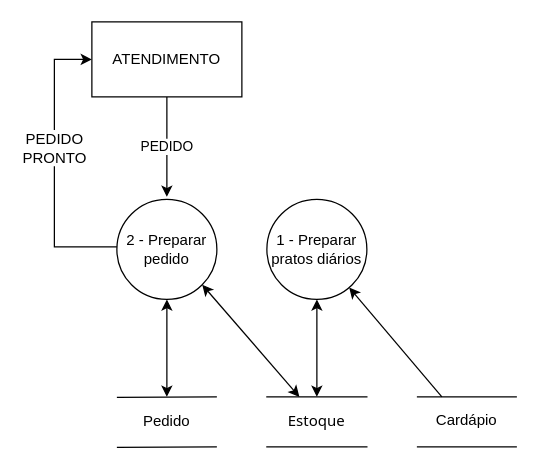
Earlier version of the draw.io diagram docs/ARTEFATOS(15-23)/COZINHA/PREPARAR_PEDIDO/DFD_PREPARAR_PEDIDO.drawio (Darienzo08/ope_ads). Source tidied: cells renumbered, new cells numbered last; positions are measured from the earlier drawing's top-left corner, leaving out a move shared by most shapes. Both pictures are drawn from the tidied source at 125%, with x=0, y=0 at pixel (54, 21).
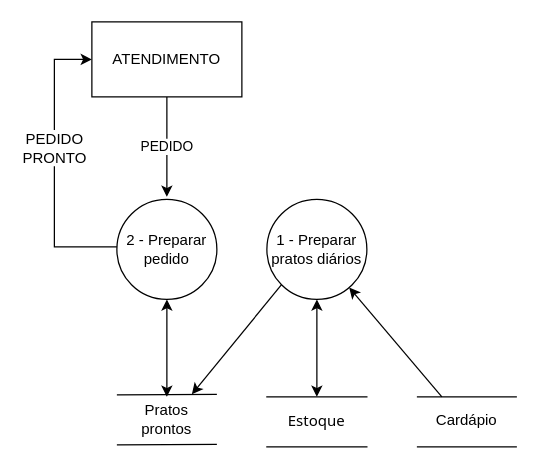
The same diagram, later.

The change refers to these unchanged cells:
```xml
<mxCell id="4" value="2 -&amp;nbsp;Preparar pedido" style="ellipse;whiteSpace=wrap;html=1;" parent="1" vertex="1">
  <mxGeometry x="50" y="142" width="80" height="80" as="geometry" />
</mxCell>
<mxCell id="6" value="1 - Preparar&lt;br&gt;pratos diários" style="ellipse;whiteSpace=wrap;html=1;" parent="1" vertex="1">
  <mxGeometry x="170" y="142" width="80" height="80" as="geometry" />
</mxCell>
<mxCell id="7" value="Estoque" style="shape=partialRectangle;whiteSpace=wrap;html=1;left=0;right=0;fillColor=none;strokeWidth=1;fontFamily=Tahoma;fontSize=12;" parent="1" vertex="1">
  <mxGeometry x="170" y="300" width="80" height="40" as="geometry" />
</mxCell>
```

Diff of the diagram source:
```diff
@@
-    <mxCell id="12" value="Pedido" style="text;html=1;strokeColor=none;fillColor=none;align=center;verticalAlign=middle;whiteSpace=wrap;rounded=0;" parent="1" vertex="1">
-      <mxGeometry x="50" y="300" width="80" height="40" as="geometry" />
-    </mxCell>
-    <mxCell id="13" style="endArrow=none;html=1;exitX=0;exitY=0;exitDx=0;exitDy=0;" parent="1" edge="1">
-      <mxGeometry relative="1" as="geometry">
-        <mxPoint x="50" y="300.4" as="sourcePoint" />
-        <mxPoint x="130" y="300" as="targetPoint" />
-      </mxGeometry>
-    </mxCell>
-    <mxCell id="14" style="endArrow=none;html=1;exitX=0;exitY=1;exitDx=0;exitDy=0;" parent="1" edge="1">
-      <mxGeometry relative="1" as="geometry">
-        <mxPoint x="50" y="340.4" as="sourcePoint" />
-        <mxPoint x="130" y="340" as="targetPoint" />
-      </mxGeometry>
-    </mxCell>
-    <mxCell id="15" style="endArrow=classic;html=1;fontSize=12;exitX=1;exitY=1;exitDx=0;exitDy=0;entryX=0.325;entryY=0;entryDx=0;entryDy=0;startArrow=classic;startFill=1;entryPerimeter=0;" parent="1" edge="1" source="4" target="7">
-      <mxGeometry relative="1" as="geometry" />
-    </mxCell>
@@
+    <mxCell id="19" value="Pratos prontos" style="text;html=1;strokeColor=none;fillColor=none;align=center;verticalAlign=middle;whiteSpace=wrap;rounded=0;" parent="1" vertex="1">
+      <mxGeometry x="50" y="297.9" width="80" height="40" as="geometry" />
+    </mxCell>
+    <mxCell id="20" style="endArrow=none;html=1;exitX=0;exitY=0;exitDx=0;exitDy=0;" parent="1" edge="1">
+      <mxGeometry relative="1" as="geometry">
+        <mxPoint x="50" y="298.3" as="sourcePoint" />
+        <mxPoint x="130" y="297.9" as="targetPoint" />
+      </mxGeometry>
+    </mxCell>
+    <mxCell id="21" style="endArrow=none;html=1;exitX=0;exitY=1;exitDx=0;exitDy=0;" parent="1" edge="1">
+      <mxGeometry relative="1" as="geometry">
+        <mxPoint x="50" y="338.3" as="sourcePoint" />
+        <mxPoint x="130" y="337.9" as="targetPoint" />
+      </mxGeometry>
+    </mxCell>
+    <mxCell id="22" style="endArrow=classic;html=1;entryX=0.75;entryY=0;entryDx=0;entryDy=0;exitX=0;exitY=1;exitDx=0;exitDy=0;" parent="1" edge="1" source="6" target="19">
+      <mxGeometry relative="1" as="geometry" />
+    </mxCell>
```
